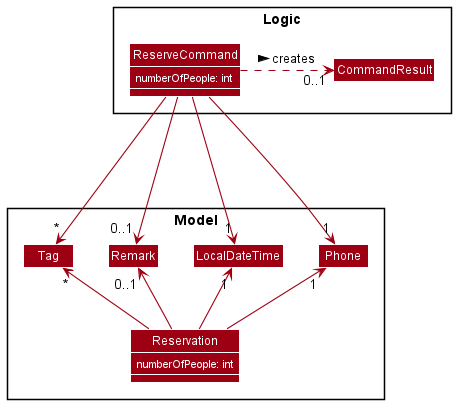
This is docs/images/AddReservationCommandClassDiagram.png from nus-cs2103-AY2122S1/tp, a PlantUML export, as it was before one commit.
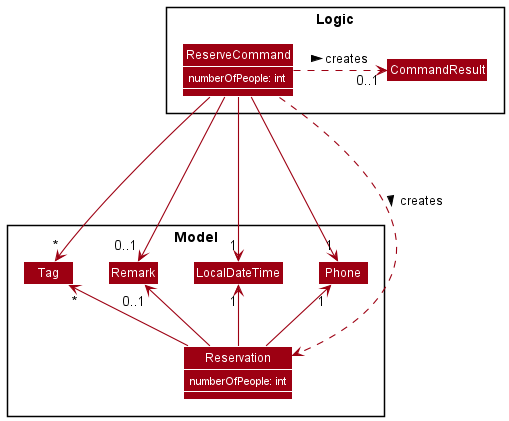
The same file after the commit.

Commit message:
split Model class diagram into 2 smaller diagrams

Change to the diagram source:
```diff
@@ -26,6 +26,7 @@
 ReserveCommand ---> "0..1" Remark
 ReserveCommand ---> "*" Tag
 
+ReserveCommand ..> Reservation : creates >
 ReserveCommand ..r..> "0..1" CommandResult : creates >
 
 Reservation -u-> "1" Phone
```
